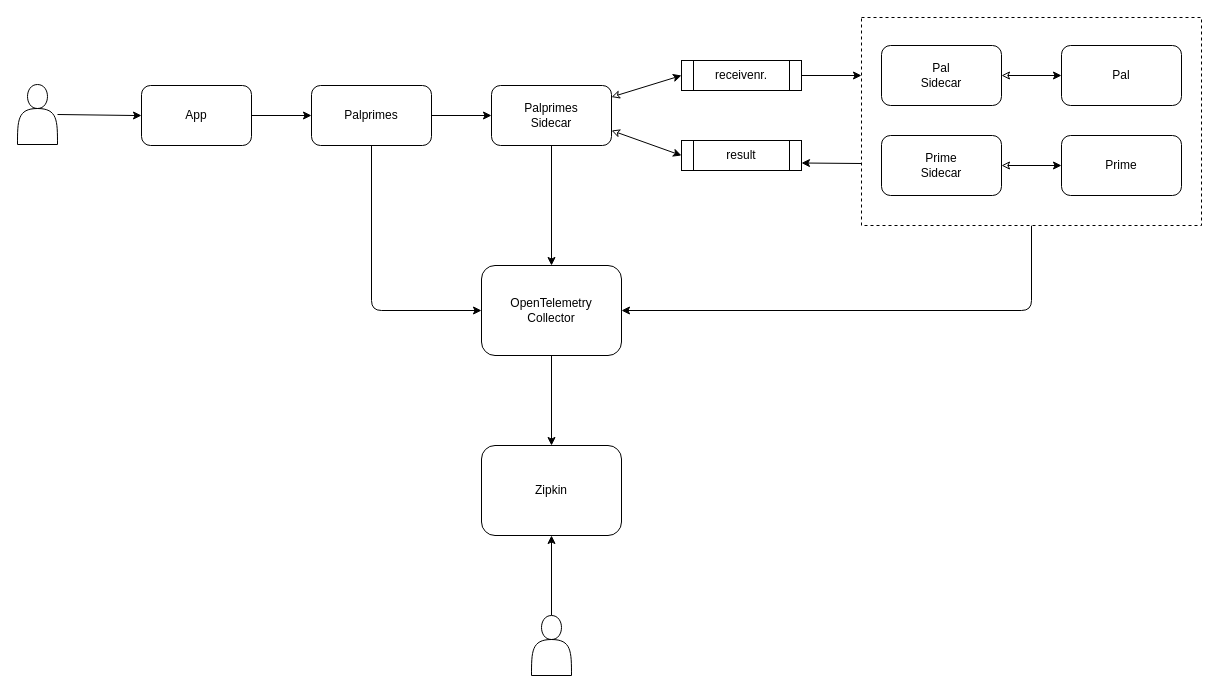
Earlier version of the draw.io diagram drawio/opentelemetry.drawio (kasperbirkelund/Dapr). Source tidied: cells renumbered, new cells numbered last; positions are measured from the earlier drawing's top-left corner, leaving out a move shared by most shapes. Both pictures are drawn from the tidied source at 100%, with x=0, y=0 at pixel (17, 17).
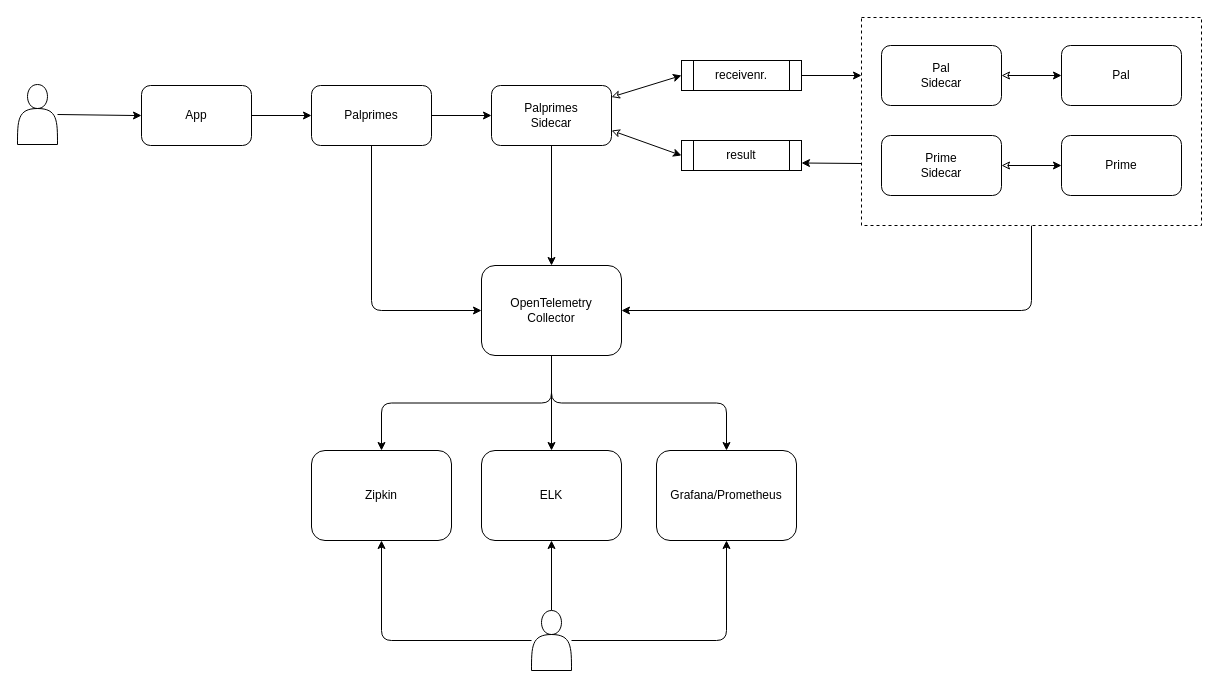
The same page after the edit.

Unchanged cells that the change refers to:
```xml
<mxCell id="24" value="OpenTelemetry&lt;br&gt;Collector" style="rounded=1;whiteSpace=wrap;html=1;" parent="1" vertex="1">
  <mxGeometry x="464" y="248" width="140" height="90" as="geometry" />
</mxCell>
```

Diff of the diagram source:
```diff
@@
-    <mxCell id="23" style="edgeStyle=orthogonalEdgeStyle;jumpStyle=arc;html=1;entryX=0.5;entryY=0;entryDx=0;entryDy=0;startArrow=none;startFill=0;" parent="1" edge="1" source="24" target="25">
+    <mxCell id="23" style="edgeStyle=orthogonalEdgeStyle;jumpStyle=arc;html=1;entryX=0.5;entryY=0;entryDx=0;entryDy=0;startArrow=none;startFill=0;exitX=0.5;exitY=1;exitDx=0;exitDy=0;" parent="1" edge="1" source="24" target="25">
       <mxGeometry relative="1" as="geometry" />
     </mxCell>
+    <mxCell id="30" style="edgeStyle=orthogonalEdgeStyle;html=1;exitX=0.5;exitY=1;exitDx=0;exitDy=0;" parent="1" edge="1" source="24" target="34">
+      <mxGeometry relative="1" as="geometry" />
+    </mxCell>
+    <mxCell id="31" style="edgeStyle=orthogonalEdgeStyle;html=1;exitX=0.5;exitY=1;exitDx=0;exitDy=0;" parent="1" edge="1" source="24" target="35">
+      <mxGeometry relative="1" as="geometry" />
+    </mxCell>
@@
     <mxCell id="25" value="Zipkin" style="rounded=1;whiteSpace=wrap;html=1;" parent="1" vertex="1">
-      <mxGeometry x="464" y="428" width="140" height="90" as="geometry" />
+      <mxGeometry x="294" y="433" width="140" height="90" as="geometry" />
     </mxCell>
@@
+    <mxCell id="32" style="edgeStyle=orthogonalEdgeStyle;html=1;entryX=0.5;entryY=1;entryDx=0;entryDy=0;" parent="1" edge="1" source="27" target="34">
+      <mxGeometry relative="1" as="geometry" />
+    </mxCell>
+    <mxCell id="33" style="edgeStyle=orthogonalEdgeStyle;html=1;entryX=0.5;entryY=1;entryDx=0;entryDy=0;" parent="1" edge="1" source="27" target="35">
+      <mxGeometry relative="1" as="geometry" />
+    </mxCell>
     <mxCell id="27" style="shape=actor;whiteSpace=wrap;html=1;" parent="1" vertex="1">
-      <mxGeometry x="514" y="598" width="40" height="60" as="geometry" />
+      <mxGeometry x="514" y="593" width="40" height="60" as="geometry" />
     </mxCell>
@@
+    <mxCell id="34" value="ELK" style="rounded=1;whiteSpace=wrap;html=1;" parent="1" vertex="1">
+      <mxGeometry x="464" y="433" width="140" height="90" as="geometry" />
+    </mxCell>
+    <mxCell id="35" value="Grafana/Prometheus" style="rounded=1;whiteSpace=wrap;html=1;" parent="1" vertex="1">
+      <mxGeometry x="639" y="433" width="140" height="90" as="geometry" />
+    </mxCell>
```
